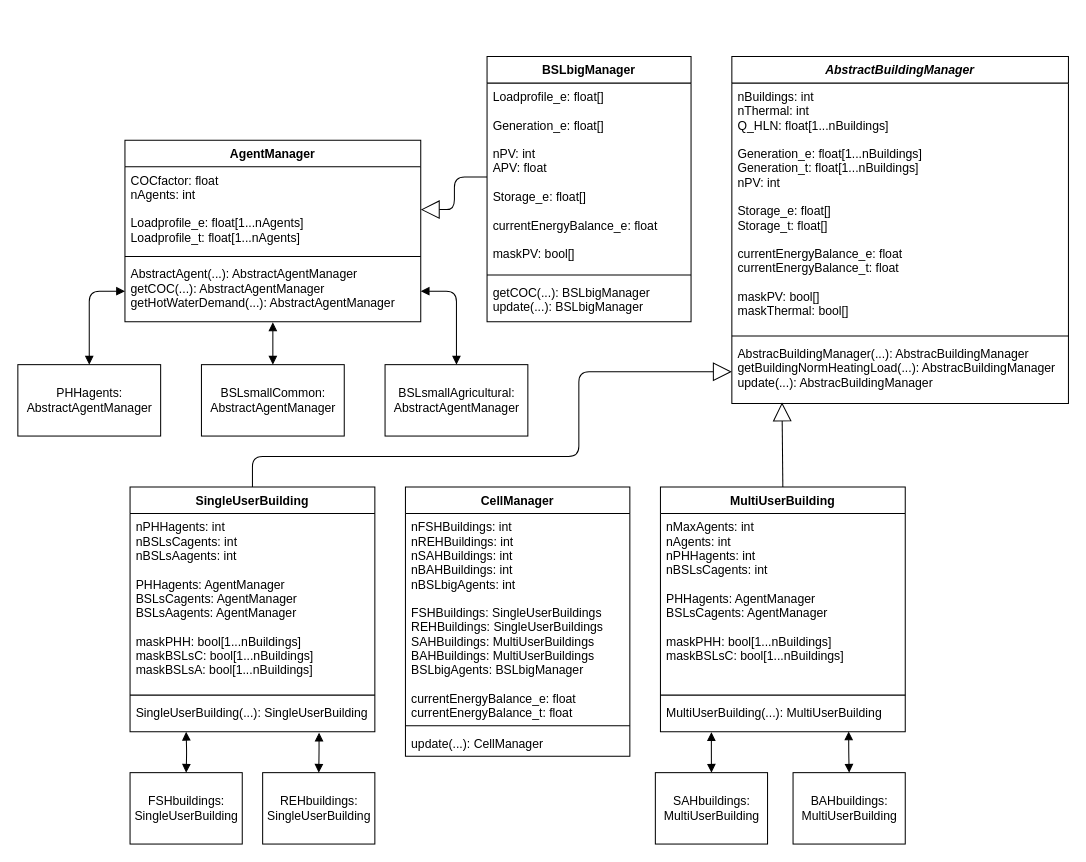
The draw.io diagram page "WithBuildings" (2 of 2) of ModelStructure.drawio in HSZittauGoerlitz/EnSySim, before the edit. Source tidied: cells renumbered, new cells numbered last; positions are measured from the earlier drawing's top-left corner, leaving out a move shared by most shapes. Both pictures are drawn from the tidied source at 102%, with x=0, y=0 at pixel (17, 56).
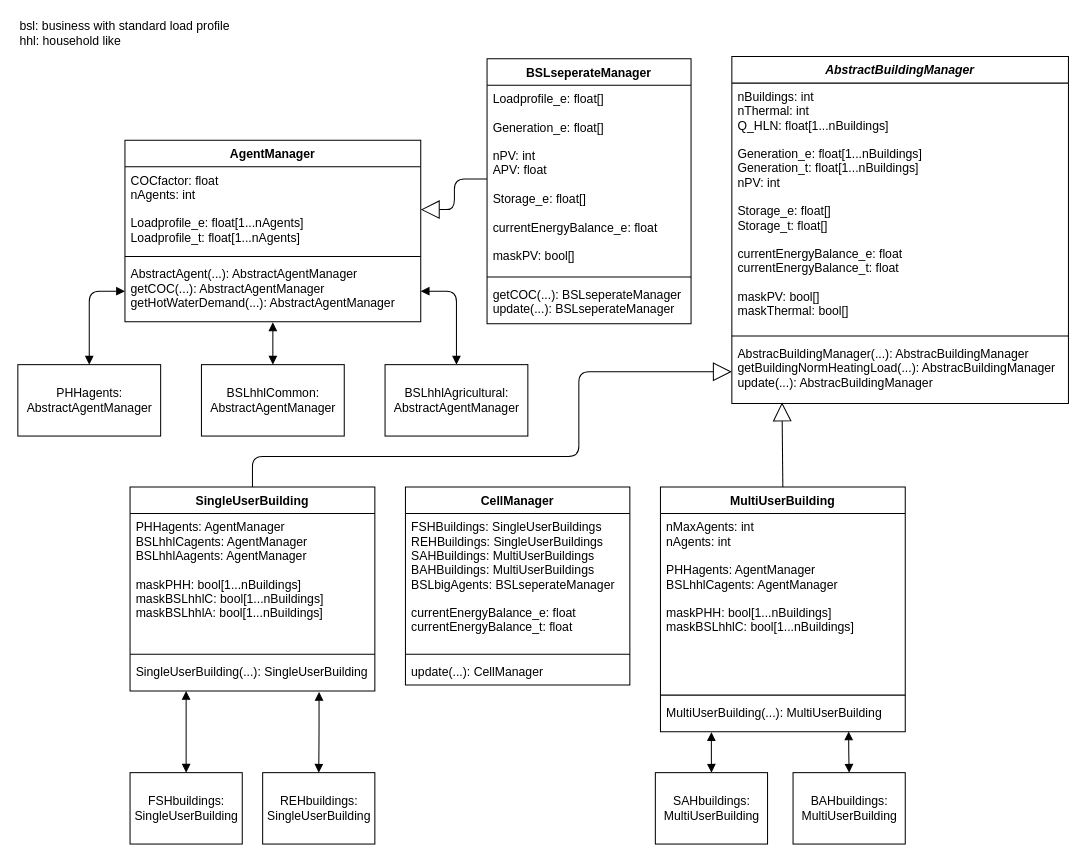
The same diagram, later.

The change refers to these unchanged cells:
```xml
<mxCell id="12" value="MultiUserBuilding" style="swimlane;fontStyle=1;align=center;verticalAlign=top;horizontal=1;startSize=26;" parent="1" vertex="1">
  <mxGeometry x="630" y="422" width="240" height="240" as="geometry" />
</mxCell>
<mxCell id="16" value="FSHbuildings: &lt;br&gt;SingleUserBuilding" style="html=1;" parent="1" vertex="1">
  <mxGeometry x="110" y="702" width="110" height="70" as="geometry" />
</mxCell>
```

Change to the diagram source:
```diff
@@
-    <mxCell id="4" value="BSLsmallCommon: &lt;br&gt;AbstractAgentManager" style="html=1;" parent="1" vertex="1">
+    <mxCell id="4" value="BSLhhlCommon: &lt;br&gt;AbstractAgentManager" style="html=1;" parent="1" vertex="1">
       <mxGeometry x="180" y="302" width="140" height="70" as="geometry" />
     </mxCell>
-    <mxCell id="5" value="BSLsmallAgricultural: &lt;br&gt;AbstractAgentManager" style="html=1;" parent="1" vertex="1">
+    <mxCell id="5" value="BSLhhlAgricultural: &lt;br&gt;AbstractAgentManager" style="html=1;" parent="1" vertex="1">
       <mxGeometry x="360" y="302" width="140" height="70" as="geometry" />
     </mxCell>
@@
     <mxCell id="8" value="SingleUserBuilding" style="swimlane;fontStyle=1;align=center;verticalAlign=top;horizontal=1;startSize=26;" parent="1" vertex="1">
-      <mxGeometry x="110" y="422" width="240" height="240" as="geometry" />
+      <mxGeometry x="110" y="422" width="240" height="200" as="geometry" />
     </mxCell>
-    <mxCell id="9" value="nPHHagents: int&#10;nBSLsCagents: int&#10;nBSLsAagents: int&#10;&#10;PHHagents: AgentManager&#10;BSLsCagents: AgentManager&#10;BSLsAagents: AgentManager&#10;&#10;maskPHH: bool[1...nBuildings]&#10;maskBSLsC: bool[1...nBuildings]&#10;maskBSLsA: bool[1...nBuildings]" style="text;strokeColor=none;fillColor=none;align=left;verticalAlign=top;spacingLeft=4;spacingRight=4;overflow=hidden;" parent="8" vertex="1">
-      <mxGeometry y="26" width="240" height="174" as="geometry" />
+    <mxCell id="9" value="PHHagents: AgentManager&#10;BSLhhlCagents: AgentManager&#10;BSLhhlAagents: AgentManager&#10;&#10;maskPHH: bool[1...nBuildings]&#10;maskBSLhhlC: bool[1...nBuildings]&#10;maskBSLhhlA: bool[1...nBuildings]" style="text;strokeColor=none;fillColor=none;align=left;verticalAlign=top;spacingLeft=4;spacingRight=4;overflow=hidden;" parent="8" vertex="1">
+      <mxGeometry y="26" width="240" height="134" as="geometry" />
     </mxCell>
     <mxCell id="10" style="line;strokeWidth=1;fillColor=none;align=left;verticalAlign=middle;spacingTop=-1;spacingLeft=3;spacingRight=3;labelPosition=right;" parent="8" vertex="1">
-      <mxGeometry y="200" width="240" height="8" as="geometry" />
+      <mxGeometry y="160" width="240" height="8" as="geometry" />
     </mxCell>
     <mxCell id="11" value="SingleUserBuilding(...): SingleUserBuilding" style="text;strokeColor=none;fillColor=none;align=left;verticalAlign=top;spacingLeft=4;spacingRight=4;overflow=hidden;points=[[0,0.5],[1,0.5]];portConstraint=eastwest;" parent="8" vertex="1">
-      <mxGeometry y="208" width="240" height="32" as="geometry" />
+      <mxGeometry y="168" width="240" height="32" as="geometry" />
     </mxCell>
@@
-    <mxCell id="13" value="nMaxAgents: int&#10;nAgents: int&#10;nPHHagents: int&#10;nBSLsCagents: int&#10;&#10;PHHagents: AgentManager&#10;BSLsCagents: AgentManager&#10;&#10;maskPHH: bool[1...nBuildings]&#10;maskBSLsC: bool[1...nBuildings]" style="text;strokeColor=none;fillColor=none;align=left;verticalAlign=top;spacingLeft=4;spacingRight=4;overflow=hidden;" parent="12" vertex="1">
+    <mxCell id="13" value="nMaxAgents: int&#10;nAgents: int&#10;&#10;PHHagents: AgentManager&#10;BSLhhlCagents: AgentManager&#10;&#10;maskPHH: bool[1...nBuildings]&#10;maskBSLhhlC: bool[1...nBuildings]" style="text;strokeColor=none;fillColor=none;align=left;verticalAlign=top;spacingLeft=4;spacingRight=4;overflow=hidden;" parent="12" vertex="1">
       <mxGeometry y="26" width="240" height="174" as="geometry" />
     </mxCell>
@@
-    <mxCell id="18" style="endArrow=block;startArrow=block;endFill=1;startFill=1;html=1;entryX=0.5;entryY=0;entryDx=0;entryDy=0;edgeStyle=orthogonalEdgeStyle;" parent="1" edge="1" target="16">
-      <mxGeometry relative="1" as="geometry">
-        <mxPoint x="165" y="662" as="sourcePoint" />
-      </mxGeometry>
+    <mxCell id="18" style="endArrow=block;startArrow=block;endFill=1;startFill=1;html=1;entryX=0.5;entryY=0;entryDx=0;entryDy=0;exitX=0.229;exitY=1;exitDx=0;exitDy=0;exitPerimeter=0;" parent="1" edge="1" source="11" target="16">
+      <mxGeometry relative="1" as="geometry" />
     </mxCell>
@@
     <mxCell id="24" value="CellManager" style="swimlane;fontStyle=1;align=center;verticalAlign=top;horizontal=1;startSize=26;" parent="1" vertex="1">
-      <mxGeometry x="380" y="422" width="220" height="264" as="geometry" />
+      <mxGeometry x="380" y="422" width="220" height="194" as="geometry" />
     </mxCell>
-    <mxCell id="25" value="nFSHBuildings: int&#10;nREHBuildings: int&#10;nSAHBuildings: int&#10;nBAHBuildings: int&#10;nBSLbigAgents: int&#10;&#10;FSHBuildings: SingleUserBuildings&#10;REHBuildings: SingleUserBuildings&#10;SAHBuildings: MultiUserBuildings&#10;BAHBuildings: MultiUserBuildings&#10;BSLbigAgents: BSLbigManager&#10;&#10;currentEnergyBalance_e: float&#10;currentEnergyBalance_t: float" style="text;strokeColor=none;fillColor=none;align=left;verticalAlign=top;spacingLeft=4;spacingRight=4;overflow=hidden;" parent="24" vertex="1">
-      <mxGeometry y="26" width="220" height="204" as="geometry" />
+    <mxCell id="25" value="FSHBuildings: SingleUserBuildings&#10;REHBuildings: SingleUserBuildings&#10;SAHBuildings: MultiUserBuildings&#10;BAHBuildings: MultiUserBuildings&#10;BSLbigAgents: BSLseperateManager&#10;&#10;currentEnergyBalance_e: float&#10;currentEnergyBalance_t: float" style="text;strokeColor=none;fillColor=none;align=left;verticalAlign=top;spacingLeft=4;spacingRight=4;overflow=hidden;" parent="24" vertex="1">
+      <mxGeometry y="26" width="220" height="134" as="geometry" />
     </mxCell>
     <mxCell id="26" style="line;strokeWidth=1;fillColor=none;align=left;verticalAlign=middle;spacingTop=-1;spacingLeft=3;spacingRight=3;labelPosition=right;" parent="24" vertex="1">
-      <mxGeometry y="230" width="220" height="8" as="geometry" />
+      <mxGeometry y="160" width="220" height="8" as="geometry" />
     </mxCell>
     <mxCell id="27" value="update(...): CellManager" style="text;strokeColor=none;fillColor=none;align=left;verticalAlign=top;spacingLeft=4;spacingRight=4;overflow=hidden;" parent="24" vertex="1">
-      <mxGeometry y="238" width="220" height="26" as="geometry" />
+      <mxGeometry y="168" width="220" height="26" as="geometry" />
     </mxCell>
@@
-    <mxCell id="30" value="BSLbigManager" style="swimlane;fontStyle=1;align=center;verticalAlign=top;horizontal=1;startSize=26;" parent="1" vertex="1">
-      <mxGeometry x="460" width="200" height="260" as="geometry" />
+    <mxCell id="30" value="BSLseperateManager" style="swimlane;fontStyle=1;align=center;verticalAlign=top;horizontal=1;startSize=26;" parent="1" vertex="1">
+      <mxGeometry x="460" y="2" width="200" height="260" as="geometry" />
     </mxCell>
@@
-    <mxCell id="33" value="getCOC(...): BSLbigManager&#10;update(...): BSLbigManager" style="text;strokeColor=none;fillColor=none;align=left;verticalAlign=top;spacingLeft=4;spacingRight=4;overflow=hidden;" parent="30" vertex="1">
+    <mxCell id="33" value="getCOC(...): BSLseperateManager&#10;update(...): BSLseperateManager" style="text;strokeColor=none;fillColor=none;align=left;verticalAlign=top;spacingLeft=4;spacingRight=4;overflow=hidden;fontStyle=0;" parent="30" vertex="1">
       <mxGeometry y="218" width="200" height="42" as="geometry" />
     </mxCell>
@@
+    <mxCell id="43" value="bsl: business with standard load profile&lt;br&gt;hhl: household like" style="text;html=1;align=left;verticalAlign=middle;" parent="1" vertex="1">
+      <mxGeometry y="-38" width="220" height="30" as="geometry" />
+    </mxCell>
```
